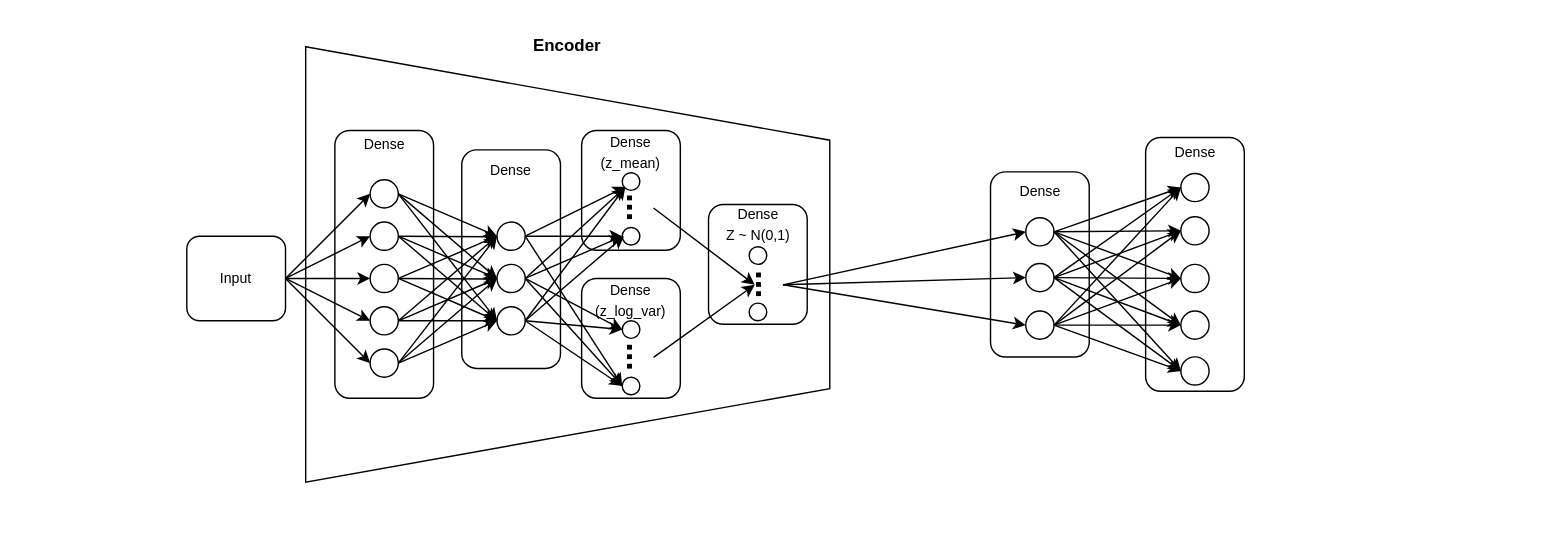
Before: documentation/architecture.drawio in tjurjevich/synthetic_patient_generation, a draw.io diagram. Source tidied: cells renumbered, new cells numbered last; positions are measured from the earlier drawing's top-left corner, leaving out a move shared by most shapes. Both pictures are drawn from the tidied source at 141%, with x=0, y=0 at pixel (186, 1).
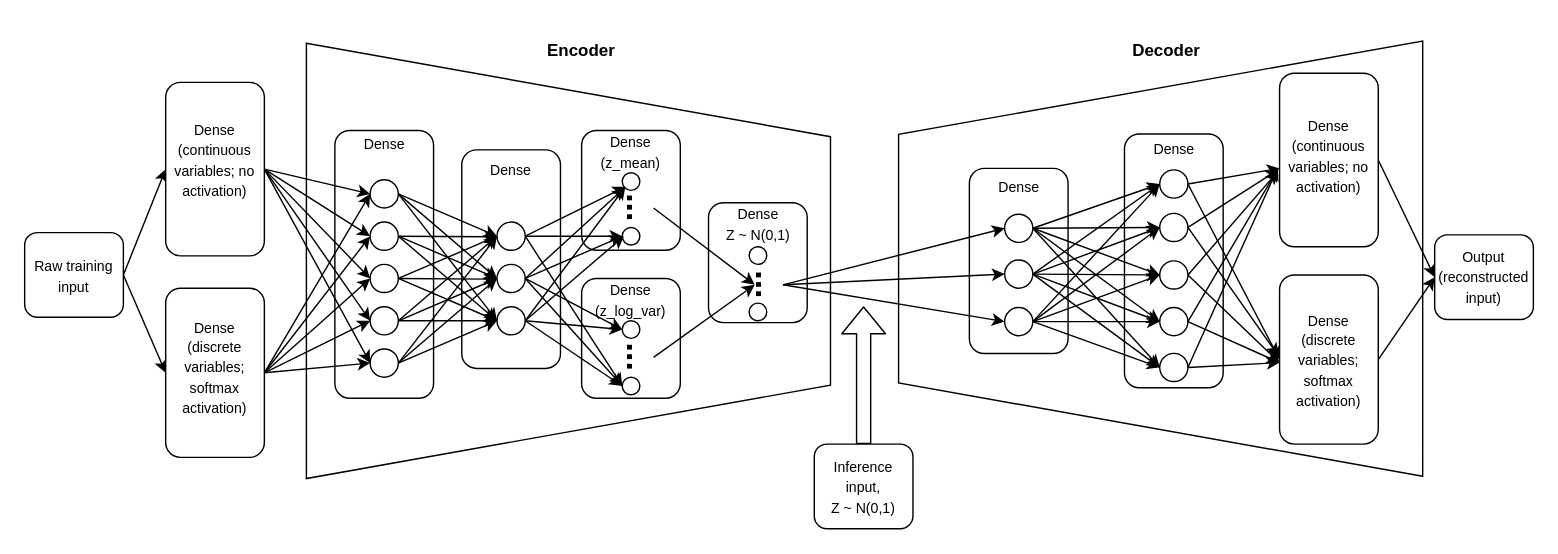
The same diagram, later.

Commit message (it also covers changes not shown here):
Finalize VAE architecture diagram, continue model definition

The change refers to these unchanged cells:
```xml
<mxCell id="8" style="ellipse;whiteSpace=wrap;html=1;" parent="1" vertex="1">
  <mxGeometry x="130" y="126" width="20" height="20" as="geometry" />
</mxCell>
<mxCell id="12" style="ellipse;whiteSpace=wrap;html=1;" parent="1" vertex="1">
  <mxGeometry x="130" y="156" width="20" height="20" as="geometry" />
</mxCell>
<mxCell id="16" style="ellipse;whiteSpace=wrap;html=1;" parent="1" vertex="1">
  <mxGeometry x="130" y="186" width="20" height="20" as="geometry" />
</mxCell>
<mxCell id="20" style="ellipse;whiteSpace=wrap;html=1;" parent="1" vertex="1">
  <mxGeometry x="130" y="216" width="20" height="20" as="geometry" />
</mxCell>
<mxCell id="24" style="ellipse;whiteSpace=wrap;html=1;" parent="1" vertex="1">
  <mxGeometry x="130" y="246" width="20" height="20" as="geometry" />
</mxCell>
```

Diff of the diagram source:
```diff
@@
-<mxGraphModel>
+<mxGraphModel background="#ffffff">
@@
+    <mxCell id="95" style="shape=trapezoid;perimeter=trapezoidPerimeter;whiteSpace=wrap;html=1;fixedSize=1;rotation=-90;size=66.24000000000001;" parent="1" vertex="1">
+      <mxGeometry x="536.3" y="-3.9" width="308.7" height="371.7" as="geometry" />
+    </mxCell>
     <mxCell id="2" style="shape=trapezoid;perimeter=trapezoidPerimeter;whiteSpace=wrap;html=1;fixedSize=1;rotation=90;size=66.24000000000001;" parent="1" vertex="1">
-      <mxGeometry x="115.8" y="0.2" width="308.7" height="371.7" as="geometry" />
+      <mxGeometry x="116.3" y="-2.3" width="308.7" height="371.7" as="geometry" />
     </mxCell>
@@
     <mxCell id="9" style="edgeStyle=none;html=1;exitX=1;exitY=0.5;exitDx=0;exitDy=0;" parent="1" edge="1" source="12">
       <mxGeometry relative="1" as="geometry">
-        <mxPoint x="220" y="166.4" as="targetPoint" />
+        <mxPoint x="220" y="166.5" as="targetPoint" />
       </mxGeometry>
     </mxCell>
@@
     <mxCell id="14" style="edgeStyle=none;html=1;exitX=1;exitY=0.5;exitDx=0;exitDy=0;" parent="1" edge="1" source="16">
       <mxGeometry relative="1" as="geometry">
-        <mxPoint x="220" y="196.4" as="targetPoint" />
+        <mxPoint x="220" y="196.5" as="targetPoint" />
       </mxGeometry>
     </mxCell>
@@
-    <mxCell id="28" style="edgeStyle=none;html=1;exitX=1;exitY=0.5;exitDx=0;exitDy=0;entryX=0;entryY=0.5;entryDx=0;entryDy=0;" parent="1" edge="1" source="33" target="8">
-      <mxGeometry relative="1" as="geometry" />
-    </mxCell>
-    <mxCell id="29" style="edgeStyle=none;html=1;exitX=1;exitY=0.5;exitDx=0;exitDy=0;entryX=0;entryY=0.5;entryDx=0;entryDy=0;" parent="1" edge="1" source="33" target="12">
-      <mxGeometry relative="1" as="geometry" />
-    </mxCell>
-    <mxCell id="30" style="edgeStyle=none;html=1;exitX=1;exitY=0.5;exitDx=0;exitDy=0;entryX=0;entryY=0.5;entryDx=0;entryDy=0;" parent="1" edge="1" source="33" target="16">
-      <mxGeometry relative="1" as="geometry" />
-    </mxCell>
-    <mxCell id="31" style="edgeStyle=none;html=1;exitX=1;exitY=0.5;exitDx=0;exitDy=0;entryX=0;entryY=0.5;entryDx=0;entryDy=0;" parent="1" edge="1" source="33" target="20">
-      <mxGeometry relative="1" as="geometry" />
-    </mxCell>
-    <mxCell id="32" style="edgeStyle=none;html=1;exitX=1;exitY=0.5;exitDx=0;exitDy=0;entryX=0;entryY=0.5;entryDx=0;entryDy=0;" parent="1" edge="1" source="33" target="24">
-      <mxGeometry relative="1" as="geometry" />
-    </mxCell>
+    <mxCell id="96" style="edgeStyle=none;html=1;exitX=1;exitY=0.5;exitDx=0;exitDy=0;entryX=0;entryY=0.5;entryDx=0;entryDy=0;" parent="1" edge="1" source="33" target="116">
+      <mxGeometry relative="1" as="geometry" />
+    </mxCell>
+    <mxCell id="97" style="edgeStyle=none;html=1;exitX=1;exitY=0.5;exitDx=0;exitDy=0;entryX=0;entryY=0.5;entryDx=0;entryDy=0;" parent="1" edge="1" source="33" target="122">
+      <mxGeometry relative="1" as="geometry" />
+    </mxCell>
-    <mxCell id="33" value="&lt;font style=&quot;font-size: 10px;&quot;&gt;Input&lt;/font&gt;" style="rounded=1;whiteSpace=wrap;html=1;" parent="1" vertex="1">
-      <mxGeometry y="166" width="70" height="60" as="geometry" />
+    <mxCell id="33" value="&lt;font style=&quot;font-size: 10px;&quot;&gt;Raw training input&lt;/font&gt;" style="rounded=1;whiteSpace=wrap;html=1;" parent="1" vertex="1">
+      <mxGeometry x="-115" y="163.5" width="70" height="60" as="geometry" />
     </mxCell>
@@
     <mxCell id="57" style="rounded=1;whiteSpace=wrap;html=1;align=center;" parent="1" vertex="1">
-      <mxGeometry x="370" y="143.5" width="70" height="85" as="geometry" />
+      <mxGeometry x="370" y="142.3" width="70" height="85" as="geometry" />
     </mxCell>
     <mxCell id="58" value="&lt;font style=&quot;font-size: 10px;&quot;&gt;Dense&lt;/font&gt;&lt;div&gt;&lt;font style=&quot;font-size: 10px;&quot;&gt;Z ~ N(0,1)&lt;/font&gt;&lt;/div&gt;" style="text;html=1;align=center;verticalAlign=middle;whiteSpace=wrap;rounded=0;" parent="1" vertex="1">
-      <mxGeometry x="377.5" y="142.2" width="55" height="30" as="geometry" />
+      <mxGeometry x="377.5" y="142.3" width="55" height="30" as="geometry" />
     </mxCell>
     <mxCell id="59" value="&lt;b&gt;Encoder&lt;/b&gt;" style="text;html=1;align=center;verticalAlign=middle;whiteSpace=wrap;rounded=0;" parent="1" vertex="1">
-      <mxGeometry x="240" y="16" width="60" height="30" as="geometry" />
+      <mxGeometry x="250" y="20.4" width="60" height="30" as="geometry" />
     </mxCell>
@@
     <mxCell id="65" style="rounded=1;whiteSpace=wrap;html=1;align=right;" parent="1" vertex="1">
-      <mxGeometry x="570" y="120.4" width="70" height="131.3" as="geometry" />
+      <mxGeometry x="555" y="117.9" width="70" height="131.3" as="geometry" />
     </mxCell>
     <mxCell id="66" value="&lt;font style=&quot;font-size: 10px;&quot;&gt;Dense&lt;/font&gt;" style="text;html=1;align=center;verticalAlign=middle;whiteSpace=wrap;rounded=0;" parent="1" vertex="1">
-      <mxGeometry x="582.5" y="118.5" width="45" height="30" as="geometry" />
+      <mxGeometry x="567.5" y="116" width="45" height="30" as="geometry" />
     </mxCell>
     <mxCell id="67" style="ellipse;whiteSpace=wrap;html=1;" parent="1" vertex="1">
-      <mxGeometry x="595" y="152.9" width="20" height="20" as="geometry" />
+      <mxGeometry x="580" y="150.4" width="20" height="20" as="geometry" />
     </mxCell>
     <mxCell id="68" style="ellipse;whiteSpace=wrap;html=1;" parent="1" vertex="1">
-      <mxGeometry x="595" y="185.4" width="20" height="20" as="geometry" />
+      <mxGeometry x="580" y="182.9" width="20" height="20" as="geometry" />
     </mxCell>
     <mxCell id="69" style="ellipse;whiteSpace=wrap;html=1;" parent="1" vertex="1">
-      <mxGeometry x="595" y="219.1" width="20" height="20" as="geometry" />
+      <mxGeometry x="580" y="216.6" width="20" height="20" as="geometry" />
     </mxCell>
@@
     <mxCell id="73" style="rounded=1;whiteSpace=wrap;html=1;align=right;" parent="1" vertex="1">
-      <mxGeometry x="680" y="96" width="70" height="180" as="geometry" />
+      <mxGeometry x="665" y="93.5" width="70" height="180" as="geometry" />
     </mxCell>
     <mxCell id="74" value="&lt;font style=&quot;font-size: 10px;&quot;&gt;Dense&lt;/font&gt;" style="text;html=1;align=center;verticalAlign=middle;whiteSpace=wrap;rounded=0;" parent="1" vertex="1">
-      <mxGeometry x="692.5" y="91" width="45" height="30" as="geometry" />
+      <mxGeometry x="677.5" y="88.5" width="45" height="30" as="geometry" />
     </mxCell>
     <mxCell id="75" style="ellipse;whiteSpace=wrap;html=1;" parent="1" vertex="1">
-      <mxGeometry x="705" y="152.2" width="20" height="20" as="geometry" />
+      <mxGeometry x="690" y="149.8" width="20" height="20" as="geometry" />
     </mxCell>
+    <mxCell id="98" style="edgeStyle=none;html=1;exitX=1;exitY=0.5;exitDx=0;exitDy=0;" parent="1" edge="1" source="76">
+      <mxGeometry relative="1" as="geometry">
+        <mxPoint x="775" y="255.7" as="targetPoint" />
+      </mxGeometry>
+    </mxCell>
     <mxCell id="76" style="ellipse;whiteSpace=wrap;html=1;" parent="1" vertex="1">
-      <mxGeometry x="705" y="186" width="20" height="20" as="geometry" />
+      <mxGeometry x="690" y="183.5" width="20" height="20" as="geometry" />
     </mxCell>
+    <mxCell id="99" style="edgeStyle=none;html=1;exitX=1;exitY=0.5;exitDx=0;exitDy=0;" parent="1" edge="1" source="77">
+      <mxGeometry relative="1" as="geometry">
+        <mxPoint x="775" y="255.7" as="targetPoint" />
+      </mxGeometry>
+    </mxCell>
     <mxCell id="77" style="ellipse;whiteSpace=wrap;html=1;" parent="1" vertex="1">
-      <mxGeometry x="705" y="219.1" width="20" height="20" as="geometry" />
+      <mxGeometry x="690" y="216.6" width="20" height="20" as="geometry" />
     </mxCell>
+    <mxCell id="100" style="edgeStyle=none;html=1;exitX=1;exitY=0.5;exitDx=0;exitDy=0;" parent="1" edge="1" source="78">
+      <mxGeometry relative="1" as="geometry">
+        <mxPoint x="775" y="255.7" as="targetPoint" />
+      </mxGeometry>
+    </mxCell>
     <mxCell id="78" style="ellipse;whiteSpace=wrap;html=1;" parent="1" vertex="1">
-      <mxGeometry x="705" y="251.6" width="20" height="20" as="geometry" />
+      <mxGeometry x="690" y="249.1" width="20" height="20" as="geometry" />
     </mxCell>
+    <mxCell id="101" style="edgeStyle=none;html=1;exitX=1;exitY=0.5;exitDx=0;exitDy=0;entryX=0;entryY=0.5;entryDx=0;entryDy=0;" parent="1" edge="1" source="79" target="110">
+      <mxGeometry relative="1" as="geometry" />
+    </mxCell>
+    <mxCell id="102" style="edgeStyle=none;html=1;exitX=1;exitY=0.5;exitDx=0;exitDy=0;" parent="1" edge="1" source="79" target="108">
+      <mxGeometry relative="1" as="geometry" />
+    </mxCell>
     <mxCell id="79" style="ellipse;whiteSpace=wrap;html=1;" parent="1" vertex="1">
-      <mxGeometry x="705" y="121.5" width="20" height="20" as="geometry" />
+      <mxGeometry x="690" y="119" width="20" height="20" as="geometry" />
     </mxCell>
@@
+    <mxCell id="103" style="edgeStyle=none;html=1;shape=flexArrow;" parent="1" edge="1" source="104">
+      <mxGeometry relative="1" as="geometry">
+        <mxPoint x="480" y="215.7" as="targetPoint" />
+      </mxGeometry>
+    </mxCell>
+    <mxCell id="104" value="&lt;font style=&quot;font-size: 10px;&quot;&gt;Inference input,&lt;/font&gt;&lt;div&gt;&lt;font style=&quot;font-size: 10px;&quot;&gt;Z ~ N(0,1)&lt;/font&gt;&lt;/div&gt;" style="rounded=1;whiteSpace=wrap;html=1;" parent="1" vertex="1">
+      <mxGeometry x="445" y="313.5" width="70" height="60" as="geometry" />
+    </mxCell>
+    <mxCell id="105" value="&lt;b&gt;Decoder&lt;/b&gt;" style="text;html=1;align=center;verticalAlign=middle;whiteSpace=wrap;rounded=0;" parent="1" vertex="1">
+      <mxGeometry x="665" y="20.4" width="60" height="30" as="geometry" />
+    </mxCell>
+    <mxCell id="106" value="&lt;font style=&quot;font-size: 10px;&quot;&gt;Output (reconstructed input)&lt;/font&gt;" style="rounded=1;whiteSpace=wrap;html=1;" parent="1" vertex="1">
+      <mxGeometry x="885" y="165.1" width="70" height="60" as="geometry" />
+    </mxCell>
+    <mxCell id="107" style="edgeStyle=none;html=1;exitX=1;exitY=0.5;exitDx=0;exitDy=0;entryX=0;entryY=0.5;entryDx=0;entryDy=0;" parent="1" edge="1" source="108" target="106">
+      <mxGeometry relative="1" as="geometry" />
+    </mxCell>
+    <mxCell id="108" style="rounded=1;whiteSpace=wrap;html=1;align=right;" parent="1" vertex="1">
+      <mxGeometry x="775" y="50.4" width="70" height="123.1" as="geometry" />
+    </mxCell>
+    <mxCell id="109" style="edgeStyle=none;html=1;exitX=1;exitY=0.5;exitDx=0;exitDy=0;entryX=0;entryY=0.5;entryDx=0;entryDy=0;" parent="1" edge="1" source="110" target="106">
+      <mxGeometry relative="1" as="geometry" />
+    </mxCell>
+    <mxCell id="110" style="rounded=1;whiteSpace=wrap;html=1;align=right;" parent="1" vertex="1">
+      <mxGeometry x="775" y="193.5" width="70" height="120" as="geometry" />
+    </mxCell>
+    <mxCell id="111" style="edgeStyle=none;html=1;exitX=1;exitY=0.5;exitDx=0;exitDy=0;entryX=0;entryY=0.5;entryDx=0;entryDy=0;" parent="1" edge="1" source="116" target="8">
+      <mxGeometry relative="1" as="geometry" />
+    </mxCell>
+    <mxCell id="112" style="edgeStyle=none;html=1;exitX=1;exitY=0.5;exitDx=0;exitDy=0;entryX=0;entryY=0.5;entryDx=0;entryDy=0;" parent="1" edge="1" source="116" target="12">
+      <mxGeometry relative="1" as="geometry" />
+    </mxCell>
+    <mxCell id="113" style="edgeStyle=none;html=1;exitX=1;exitY=0.5;exitDx=0;exitDy=0;entryX=0;entryY=0.5;entryDx=0;entryDy=0;" parent="1" edge="1" source="116" target="16">
+      <mxGeometry relative="1" as="geometry" />
+    </mxCell>
+    <mxCell id="114" style="edgeStyle=none;html=1;exitX=1;exitY=0.5;exitDx=0;exitDy=0;entryX=0;entryY=0.5;entryDx=0;entryDy=0;" parent="1" edge="1" source="116" target="20">
+      <mxGeometry relative="1" as="geometry" />
+    </mxCell>
+    <mxCell id="115" style="edgeStyle=none;html=1;exitX=1;exitY=0.5;exitDx=0;exitDy=0;entryX=0;entryY=0.5;entryDx=0;entryDy=0;" parent="1" edge="1" source="116" target="24">
+      <mxGeometry relative="1" as="geometry" />
+    </mxCell>
+    <mxCell id="116" style="rounded=1;whiteSpace=wrap;html=1;align=right;" parent="1" vertex="1">
+      <mxGeometry x="-15" y="56.9" width="70" height="123.1" as="geometry" />
+    </mxCell>
+    <mxCell id="117" style="edgeStyle=none;html=1;exitX=1;exitY=0.5;exitDx=0;exitDy=0;entryX=0;entryY=0.5;entryDx=0;entryDy=0;" parent="1" edge="1" source="122" target="8">
+      <mxGeometry relative="1" as="geometry" />
+    </mxCell>
+    <mxCell id="118" style="edgeStyle=none;html=1;exitX=1;exitY=0.5;exitDx=0;exitDy=0;entryX=0;entryY=0.5;entryDx=0;entryDy=0;" parent="1" edge="1" source="122" target="12">
+      <mxGeometry relative="1" as="geometry" />
+    </mxCell>
+    <mxCell id="119" style="edgeStyle=none;html=1;exitX=1;exitY=0.5;exitDx=0;exitDy=0;entryX=0;entryY=0.5;entryDx=0;entryDy=0;" parent="1" edge="1" source="122" target="16">
+      <mxGeometry relative="1" as="geometry" />
+    </mxCell>
+    <mxCell id="120" style="edgeStyle=none;html=1;exitX=1;exitY=0.5;exitDx=0;exitDy=0;entryX=0;entryY=0.5;entryDx=0;entryDy=0;" parent="1" edge="1" source="122" target="20">
+      <mxGeometry relative="1" as="geometry" />
+    </mxCell>
+    <mxCell id="121" style="edgeStyle=none;html=1;exitX=1;exitY=0.5;exitDx=0;exitDy=0;entryX=0;entryY=0.5;entryDx=0;entryDy=0;" parent="1" edge="1" source="122" target="24">
+      <mxGeometry relative="1" as="geometry" />
+    </mxCell>
+    <mxCell id="122" style="rounded=1;whiteSpace=wrap;html=1;align=right;" parent="1" vertex="1">
+      <mxGeometry x="-15" y="202.9" width="70" height="120" as="geometry" />
+    </mxCell>
+    <mxCell id="123" value="&lt;font style=&quot;font-size: 10px;&quot;&gt;Dense (continuous variables; no activation)&lt;/font&gt;" style="text;html=1;align=center;verticalAlign=middle;whiteSpace=wrap;rounded=0;" parent="1" vertex="1">
+      <mxGeometry x="-18.8" y="96.9" width="77.5" height="30" as="geometry" />
+    </mxCell>
+    <mxCell id="124" value="&lt;font style=&quot;font-size: 10px;&quot;&gt;Dense (discrete variables; softmax activation)&lt;/font&gt;" style="text;html=1;align=center;verticalAlign=middle;whiteSpace=wrap;rounded=0;" parent="1" vertex="1">
+      <mxGeometry x="-11.9" y="244.1" width="63.8" height="30" as="geometry" />
+    </mxCell>
+    <mxCell id="125" value="&lt;font style=&quot;font-size: 10px;&quot;&gt;Dense (continuous variables; no activation)&lt;/font&gt;" style="text;html=1;align=center;verticalAlign=middle;whiteSpace=wrap;rounded=0;" parent="1" vertex="1">
+      <mxGeometry x="771.2" y="93.5" width="77.5" height="30" as="geometry" />
+    </mxCell>
+    <mxCell id="126" value="&lt;font style=&quot;font-size: 10px;&quot;&gt;Dense (discrete variables; softmax activation)&lt;/font&gt;" style="text;html=1;align=center;verticalAlign=middle;whiteSpace=wrap;rounded=0;" parent="1" vertex="1">
+      <mxGeometry x="778.1" y="239.1" width="63.8" height="30" as="geometry" />
+    </mxCell>
+    <mxCell id="127" style="edgeStyle=none;html=1;exitX=1;exitY=0.5;exitDx=0;exitDy=0;entryX=-0.01;entryY=0.555;entryDx=0;entryDy=0;entryPerimeter=0;" parent="1" edge="1" source="75" target="108">
+      <mxGeometry relative="1" as="geometry" />
+    </mxCell>
+    <mxCell id="128" style="edgeStyle=none;html=1;exitX=1;exitY=0.5;exitDx=0;exitDy=0;entryX=-0.017;entryY=0.566;entryDx=0;entryDy=0;entryPerimeter=0;" parent="1" edge="1" source="76" target="108">
+      <mxGeometry relative="1" as="geometry" />
+    </mxCell>
+    <mxCell id="129" style="edgeStyle=none;html=1;exitX=1;exitY=0.5;exitDx=0;exitDy=0;entryX=-0.017;entryY=0.551;entryDx=0;entryDy=0;entryPerimeter=0;" parent="1" edge="1" source="77" target="108">
+      <mxGeometry relative="1" as="geometry" />
+    </mxCell>
+    <mxCell id="130" style="edgeStyle=none;html=1;exitX=1;exitY=0.5;exitDx=0;exitDy=0;entryX=-0.017;entryY=0.544;entryDx=0;entryDy=0;entryPerimeter=0;" parent="1" edge="1" source="78" target="108">
+      <mxGeometry relative="1" as="geometry" />
+    </mxCell>
+    <mxCell id="131" style="edgeStyle=none;html=1;exitX=1;exitY=0.5;exitDx=0;exitDy=0;entryX=-0.01;entryY=0.479;entryDx=0;entryDy=0;entryPerimeter=0;" parent="1" edge="1" source="75" target="110">
+      <mxGeometry relative="1" as="geometry" />
+    </mxCell>
```
